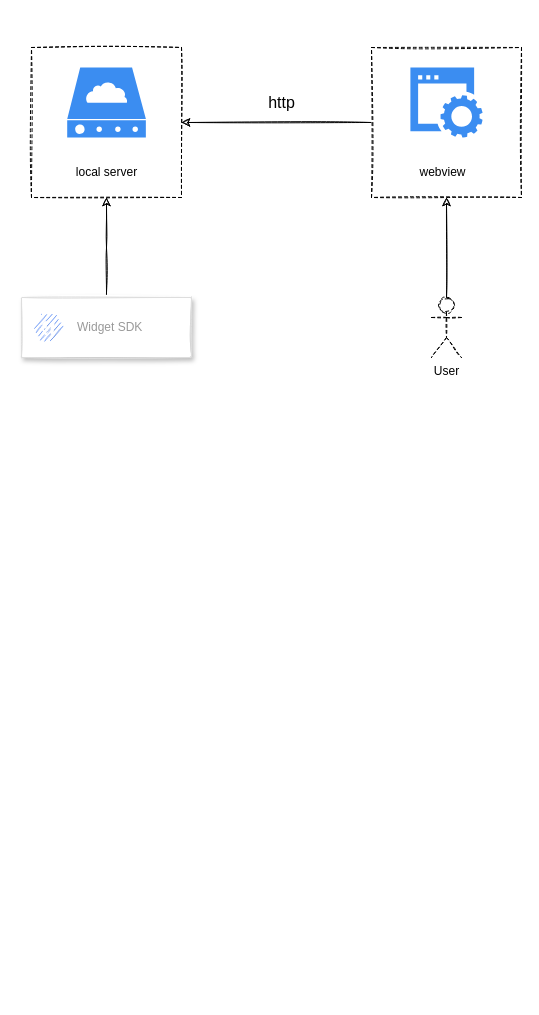
Before: Untitled Diagram.drawio in aches/note, a draw.io diagram. Source tidied: cells renumbered, new cells numbered last; positions are measured from the earlier drawing's top-left corner, leaving out a move shared by most shapes. Both pictures are drawn from the tidied source at 100%, with x=0, y=0 at pixel (21, 47).
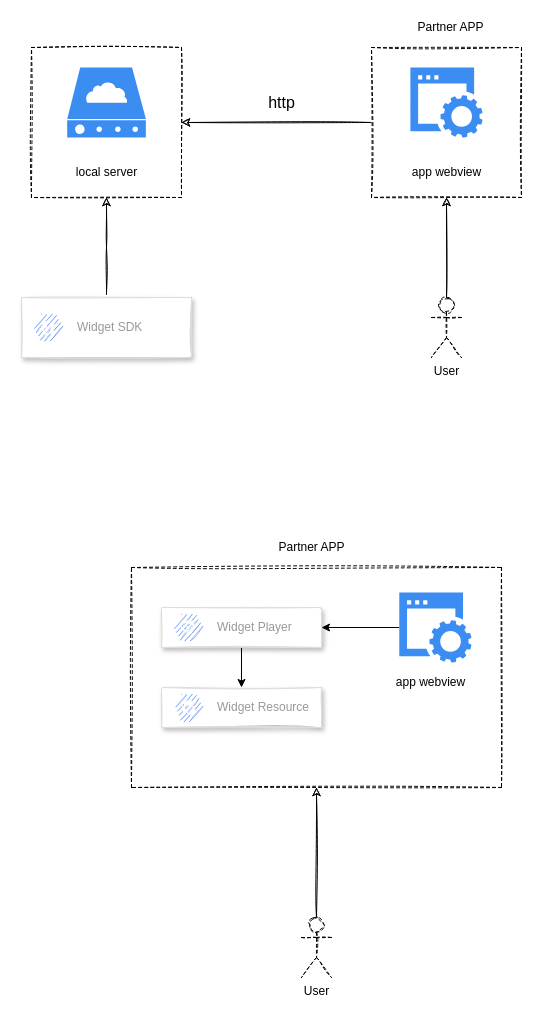
After the change.

Change to the diagram source:
```diff
@@
-    <mxCell id="14" value="webview" style="text;html=1;strokeColor=none;fillColor=none;align=center;verticalAlign=middle;whiteSpace=wrap;rounded=0;dashed=1;sketch=1;" parent="1" vertex="1">
-      <mxGeometry x="388.9" y="110" width="65" height="30" as="geometry" />
+    <mxCell id="14" value="app webview" style="text;html=1;strokeColor=none;fillColor=none;align=center;verticalAlign=middle;whiteSpace=wrap;rounded=0;dashed=1;sketch=1;" parent="1" vertex="1">
+      <mxGeometry x="384.5" y="110" width="81.1" height="30" as="geometry" />
     </mxCell>
+    <mxCell id="15" style="rounded=0;whiteSpace=wrap;html=1;dashed=1;sketch=1;" parent="1" vertex="1">
+      <mxGeometry x="110" y="520" width="370" height="220" as="geometry" />
+    </mxCell>
+    <mxCell id="16" style="edgeStyle=orthogonalEdgeStyle;rounded=0;jettySize=auto;html=1;" parent="1" edge="1" source="17" target="24">
+      <mxGeometry relative="1" as="geometry" />
+    </mxCell>
+    <mxCell id="17" style="strokeColor=#dddddd;shadow=1;strokeWidth=1;rounded=1;absoluteArcSize=1;arcSize=2;sketch=1;" parent="1" vertex="1">
+      <mxGeometry x="140" y="560" width="160" height="40" as="geometry" />
+    </mxCell>
+    <mxCell id="18" value="Widget Player" style="dashed=0;html=1;fillColor=#5184F3;strokeColor=none;shape=mxgraph.gcp2.hexIcon;prIcon=placeholder;labelPosition=right;verticalLabelPosition=middle;align=left;verticalAlign=middle;spacingLeft=5;fontColor=#999999;fontSize=12;sketch=1;" parent="17" vertex="1">
+      <mxGeometry y="0.5" width="44" height="39" relative="1" as="geometry">
+        <mxPoint x="5" y="-19.5" as="offset" />
+      </mxGeometry>
+    </mxCell>
+    <mxCell id="19" style="edgeStyle=orthogonalEdgeStyle;rounded=0;sketch=1;jettySize=auto;html=1;entryX=0.5;entryY=1;entryDx=0;entryDy=0;fontSize=16;" parent="1" edge="1" source="20" target="15">
+      <mxGeometry relative="1" as="geometry" />
+    </mxCell>
+    <mxCell id="20" value="User" style="shape=umlActor;verticalLabelPosition=bottom;verticalAlign=top;html=1;outlineConnect=0;dashed=1;sketch=1;" parent="1" vertex="1">
+      <mxGeometry x="280" y="870" width="30" height="60" as="geometry" />
+    </mxCell>
+    <mxCell id="21" style="edgeStyle=orthogonalEdgeStyle;rounded=0;jettySize=auto;html=1;entryX=1;entryY=0.5;entryDx=0;entryDy=0;" parent="1" edge="1" source="22" target="17">
+      <mxGeometry relative="1" as="geometry" />
+    </mxCell>
+    <mxCell id="22" style="sketch=0;html=1;strokeColor=none;shadow=0;align=center;verticalAlign=top;fillColor=#3B8DF1;shape=mxgraph.gcp2.website;dashed=1;" parent="1" vertex="1">
+      <mxGeometry x="377.8" y="545" width="72.2" height="70" as="geometry" />
+    </mxCell>
+    <mxCell id="23" value="app webview" style="text;html=1;strokeColor=none;fillColor=none;align=center;verticalAlign=middle;whiteSpace=wrap;rounded=0;dashed=1;sketch=1;" parent="1" vertex="1">
+      <mxGeometry x="368.9" y="620" width="81.1" height="30" as="geometry" />
+    </mxCell>
+    <mxCell id="24" style="strokeColor=#dddddd;shadow=1;strokeWidth=1;rounded=1;absoluteArcSize=1;arcSize=2;sketch=1;" parent="1" vertex="1">
+      <mxGeometry x="140" y="640" width="160" height="40" as="geometry" />
+    </mxCell>
+    <mxCell id="25" value="Widget Resource" style="dashed=0;html=1;fillColor=#5184F3;strokeColor=none;shape=mxgraph.gcp2.hexIcon;prIcon=placeholder;labelPosition=right;verticalLabelPosition=middle;align=left;verticalAlign=middle;spacingLeft=5;fontColor=#999999;fontSize=12;sketch=1;" parent="24" vertex="1">
+      <mxGeometry y="0.5" width="44" height="39" relative="1" as="geometry">
+        <mxPoint x="5" y="-19.5" as="offset" />
+      </mxGeometry>
+    </mxCell>
+    <mxCell id="26" value="Partner APP" style="text;html=1;align=center;verticalAlign=middle;strokeColor=none;fillColor=none;" parent="1" vertex="1">
+      <mxGeometry x="388.9" y="-30" width="80" height="20" as="geometry" />
+    </mxCell>
+    <mxCell id="27" value="Partner APP" style="text;html=1;align=center;verticalAlign=middle;strokeColor=none;fillColor=none;" parent="1" vertex="1">
+      <mxGeometry x="250" y="490" width="80" height="20" as="geometry" />
+    </mxCell>
```
